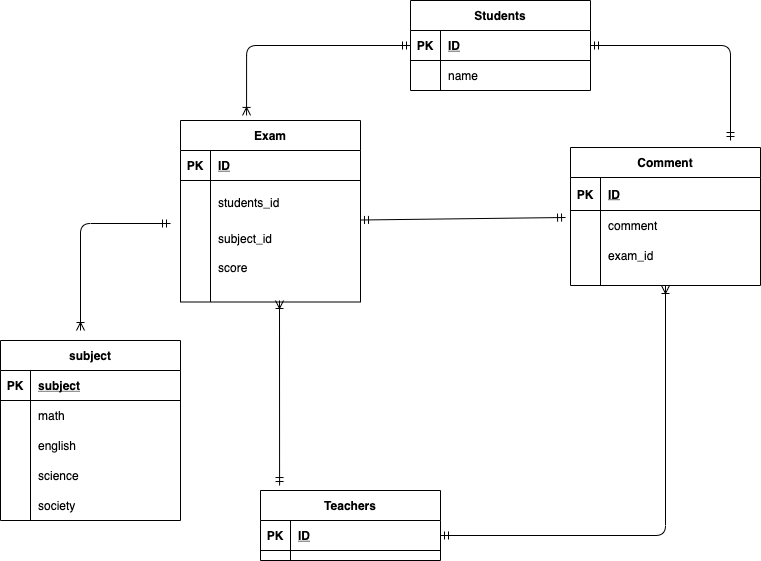
This is er.drawio.png from miki42white/ER-test, a draw.io export, as it was before one commit. Source tidied: cells renumbered, new cells last; positions are measured from the earlier drawing's top-left corner, leaving out a move shared by most shapes.
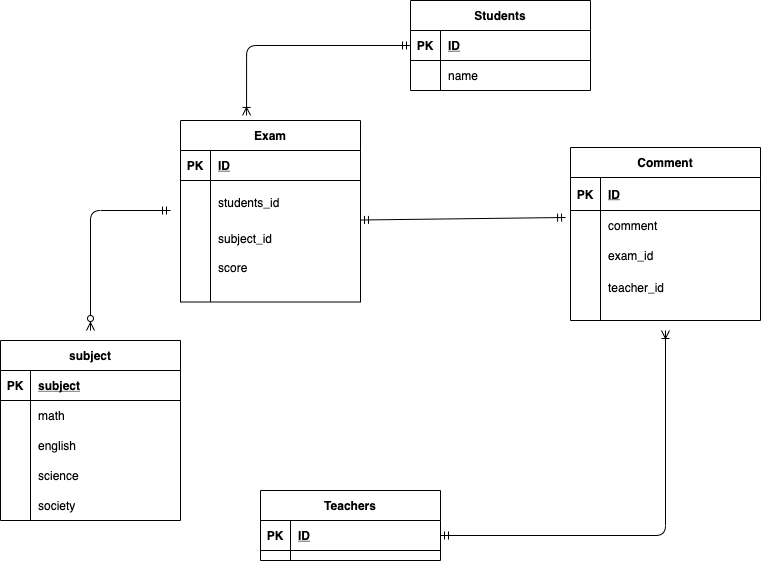
The same diagram one commit later.

The edit, as a diff of the source:
```diff
@@ -54,7 +54,7 @@
       <mxGeometry x="30" width="150" height="30" as="geometry" />
     </mxCell>
     <mxCell id="19" value="Comment" style="shape=table;startSize=30;rowLines=0;fontStyle=1;align=center;" parent="1" vertex="1">
-      <mxGeometry x="570" y="147" width="190" height="138" as="geometry" />
+      <mxGeometry x="570" y="147" width="190" height="173" as="geometry" />
     </mxCell>
     <mxCell id="20" style="shape=partialRectangle;fillColor=none;top=0;left=0;bottom=1;right=0;" parent="19" vertex="1">
       <mxGeometry y="30" width="190" height="33" as="geometry" />
@@ -95,11 +95,6 @@
     <mxCell id="32" value="ID" style="shape=partialRectangle;fillColor=none;top=0;left=0;bottom=0;right=0;align=left;spacingLeft=6;fontStyle=5;overflow=hidden;" parent="30" vertex="1">
       <mxGeometry x="30" width="150" height="30" as="geometry" />
     </mxCell>
-    <mxCell id="33" style="edgeStyle=orthogonalEdgeStyle;fontSize=12;html=1;endArrow=ERmandOne;startArrow=ERmandOne;exitX=1;exitY=0.5;exitDx=0;exitDy=0;" parent="1" edge="1" source="3">
-      <mxGeometry relative="1" as="geometry">
-        <mxPoint x="730" y="140" as="targetPoint" />
-      </mxGeometry>
-    </mxCell>
     <mxCell id="34" style="shape=partialRectangle;fillColor=none;top=0;left=0;bottom=0;right=0;" parent="1" vertex="1">
       <mxGeometry x="180" y="252" width="180" height="30" as="geometry" />
     </mxCell>
@@ -109,14 +104,11 @@
     <mxCell id="36" value="score" style="shape=partialRectangle;fillColor=none;top=0;left=0;bottom=0;right=0;align=left;spacingLeft=6;overflow=hidden;" parent="34" vertex="1">
       <mxGeometry x="30" width="150" height="30" as="geometry" />
     </mxCell>
-    <mxCell id="37" style="fontSize=12;html=1;endArrow=ERoneToMany;startArrow=ERmandOne;exitX=1;exitY=0.5;exitDx=0;exitDy=0;entryX=0.5;entryY=1;entryDx=0;entryDy=0;edgeStyle=orthogonalEdgeStyle;" parent="1" edge="1" source="30" target="19">
-      <mxGeometry relative="1" as="geometry" />
+    <mxCell id="37" style="fontSize=12;html=1;endArrow=ERoneToMany;startArrow=ERmandOne;exitX=1;exitY=0.5;exitDx=0;exitDy=0;edgeStyle=orthogonalEdgeStyle;" parent="1" edge="1" source="30">
+      <mxGeometry relative="1" as="geometry">
+        <mxPoint x="665" y="330" as="targetPoint" />
+      </mxGeometry>
     </mxCell>
-    <mxCell id="38" style="fontSize=12;html=1;endArrow=ERoneToMany;startArrow=ERmandOne;exitX=0.106;exitY=-0.071;exitDx=0;exitDy=0;exitPerimeter=0;" parent="1" edge="1" source="29">
-      <mxGeometry relative="1" as="geometry">
-        <mxPoint x="279" y="300" as="targetPoint" />
-      </mxGeometry>
-    </mxCell>
     <mxCell id="39" style="edgeStyle=orthogonalEdgeStyle;fontSize=12;html=1;endArrow=ERoneToMany;startArrow=ERmandOne;entryX=0.367;entryY=-0.028;entryDx=0;entryDy=0;entryPerimeter=0;" parent="1" edge="1" source="3" target="9">
       <mxGeometry relative="1" as="geometry" />
     </mxCell>
@@ -167,11 +159,14 @@
     <mxCell id="54" value="society" style="shape=partialRectangle;fillColor=none;top=0;left=0;bottom=0;right=0;align=left;spacingLeft=6;overflow=hidden;" parent="1" vertex="1">
       <mxGeometry x="30" y="490" width="150" height="30" as="geometry" />
     </mxCell>
-    <mxCell id="55" style="edgeStyle=orthogonalEdgeStyle;fontSize=12;html=1;endArrow=ERoneToMany;startArrow=ERmandOne;" parent="1" edge="1">
-      <mxGeometry relative="1" as="geometry">
-        <mxPoint x="170" y="223" as="sourcePoint" />
-        <mxPoint x="80" y="330" as="targetPoint" />
-      </mxGeometry>
-    </mxCell>
+    <mxCell id="56" value="teacher_id" style="shape=partialRectangle;fillColor=none;top=0;left=0;bottom=0;right=0;align=left;spacingLeft=6;overflow=hidden;" parent="1" vertex="1">
+      <mxGeometry x="600" y="271.5" width="160" height="30" as="geometry" />
+    </mxCell>
+    <mxCell id="57" style="edgeStyle=orthogonalEdgeStyle;fontSize=12;html=1;endArrow=ERzeroToMany;startArrow=ERmandOne;" parent="1" edge="1">
+      <mxGeometry relative="1" as="geometry">
+        <mxPoint x="170" y="210" as="sourcePoint" />
+        <mxPoint x="90" y="330" as="targetPoint" />
+      </mxGeometry>
+    </mxCell>
   </root>
 </mxGraphModel>
```
